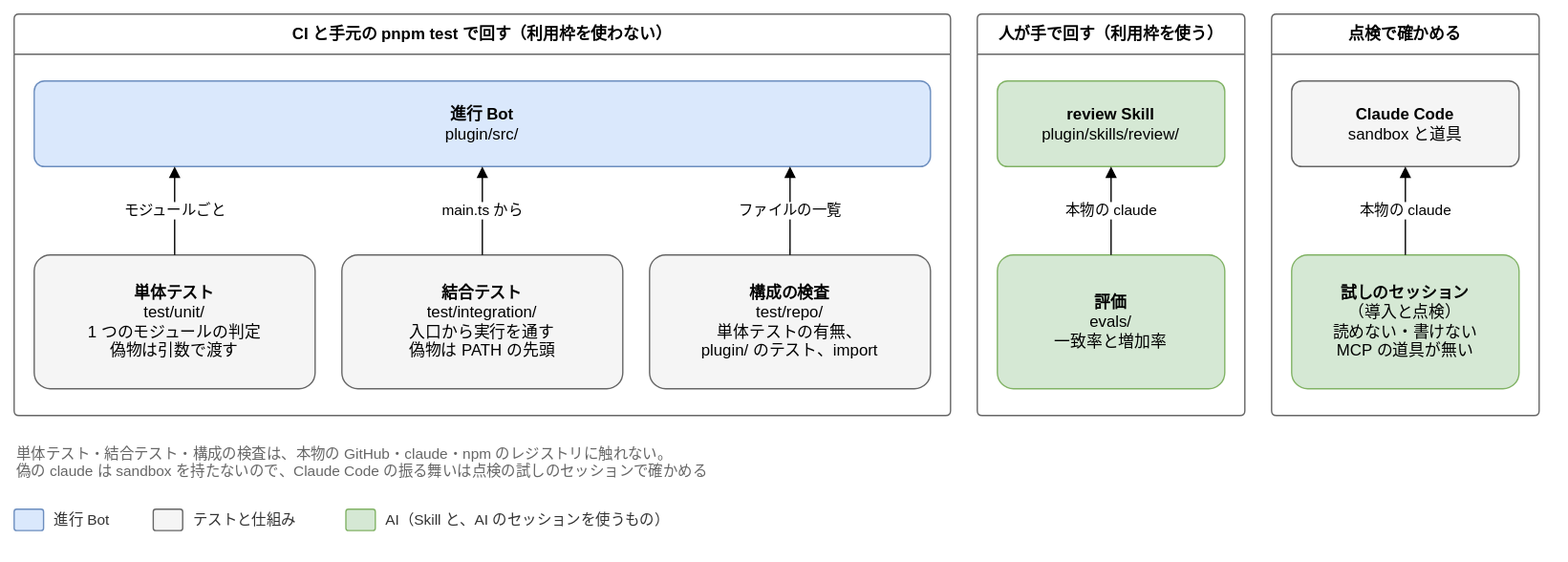
Earlier version of the draw.io export docs/design/basic/diagrams/05-test-kinds.drawio.svg (Joymerrevent/dev-autopilot). Source tidied: cells renumbered, new cells last; positions are measured from the earlier drawing's top-left corner, leaving out a move shared by most shapes. Its diagram source:
```xml
<mxGraphModel background="#ffffff">
  <root>
    <mxCell id="0" />
    <mxCell id="1" parent="0" />
    <mxCell id="2" value="CI と手元の pnpm test で回す（利用枠を使わない）" style="swimlane;startSize=30;html=1;whiteSpace=wrap;rounded=1;arcSize=4;fontStyle=1;fontSize=12;strokeColor=#666666;fillColor=none;swimlaneFillColor=none;" parent="1" vertex="1">
      <mxGeometry width="700" height="300" as="geometry" />
    </mxCell>
    <mxCell id="3" value="人が手で回す（利用枠を使う）" style="swimlane;startSize=30;html=1;whiteSpace=wrap;rounded=1;arcSize=4;fontStyle=1;fontSize=12;strokeColor=#666666;fillColor=none;swimlaneFillColor=none;" parent="1" vertex="1">
      <mxGeometry x="720" width="200" height="300" as="geometry" />
    </mxCell>
    <mxCell id="4" value="点検で確かめる" style="swimlane;startSize=30;html=1;whiteSpace=wrap;rounded=1;arcSize=4;fontStyle=1;fontSize=12;strokeColor=#666666;fillColor=none;swimlaneFillColor=none;" parent="1" vertex="1">
      <mxGeometry x="940" width="200" height="300" as="geometry" />
    </mxCell>
    <mxCell id="5" value="&lt;b&gt;進行 Bot&lt;/b&gt;&lt;br&gt;plugin/src/" style="rounded=1;whiteSpace=wrap;html=1;fontSize=12;arcSize=12;spacing=12;fillColor=#dae8fc;strokeColor=#6c8ebf;" parent="1" vertex="1">
      <mxGeometry x="15" y="50" width="670" height="64" as="geometry" />
    </mxCell>
    <mxCell id="6" value="&lt;b&gt;review Skill&lt;/b&gt;&lt;br&gt;plugin/skills/review/" style="rounded=1;whiteSpace=wrap;html=1;fontSize=12;arcSize=12;spacing=12;fillColor=#d5e8d4;strokeColor=#82b366;" parent="1" vertex="1">
      <mxGeometry x="735" y="50" width="170" height="64" as="geometry" />
    </mxCell>
    <mxCell id="7" value="&lt;b&gt;Claude Code&lt;/b&gt;&lt;br&gt;sandbox と道具" style="rounded=1;whiteSpace=wrap;html=1;fontSize=12;arcSize=12;spacing=12;fillColor=#f5f5f5;strokeColor=#666666;" parent="1" vertex="1">
      <mxGeometry x="955" y="50" width="170" height="64" as="geometry" />
    </mxCell>
    <mxCell id="8" value="&lt;b&gt;単体テスト&lt;/b&gt;&lt;br&gt;test/unit/&lt;br&gt;1 つのモジュールの判定&lt;br&gt;偽物は引数で渡す" style="rounded=1;whiteSpace=wrap;html=1;fontSize=12;arcSize=12;spacing=12;fillColor=#f5f5f5;strokeColor=#666666;" parent="1" vertex="1">
      <mxGeometry x="15" y="180" width="210" height="100" as="geometry" />
    </mxCell>
    <mxCell id="9" value="&lt;b&gt;結合テスト&lt;/b&gt;&lt;br&gt;test/integration/&lt;br&gt;入口から実行を通す&lt;br&gt;偽物は PATH の先頭" style="rounded=1;whiteSpace=wrap;html=1;fontSize=12;arcSize=12;spacing=12;fillColor=#f5f5f5;strokeColor=#666666;" parent="1" vertex="1">
      <mxGeometry x="245" y="180" width="210" height="100" as="geometry" />
    </mxCell>
    <mxCell id="10" value="&lt;b&gt;構成の検査&lt;/b&gt;&lt;br&gt;test/repo/&lt;br&gt;単体テストの有無、&lt;br&gt;plugin/ のテスト、import" style="rounded=1;whiteSpace=wrap;html=1;fontSize=12;arcSize=12;spacing=12;fillColor=#f5f5f5;strokeColor=#666666;" parent="1" vertex="1">
      <mxGeometry x="475" y="180" width="210" height="100" as="geometry" />
    </mxCell>
    <mxCell id="11" value="&lt;b&gt;評価&lt;/b&gt;&lt;br&gt;evals/&lt;br&gt;一致率と増加率" style="rounded=1;whiteSpace=wrap;html=1;fontSize=12;arcSize=12;spacing=12;fillColor=#d5e8d4;strokeColor=#82b366;" parent="1" vertex="1">
      <mxGeometry x="735" y="180" width="170" height="100" as="geometry" />
    </mxCell>
    <mxCell id="12" value="&lt;b&gt;試しのセッション&lt;/b&gt;&lt;br&gt;（導入と点検）&lt;br&gt;読めない・書けない&lt;br&gt;MCP の道具が無い" style="rounded=1;whiteSpace=wrap;html=1;fontSize=12;arcSize=12;spacing=12;fillColor=#d5e8d4;strokeColor=#82b366;" parent="1" vertex="1">
      <mxGeometry x="955" y="180" width="170" height="100" as="geometry" />
    </mxCell>
    <mxCell id="13" value="モジュールごと" style="edgeStyle=orthogonalEdgeStyle;rounded=1;html=1;endArrow=block;endFill=1;fontSize=11;labelBackgroundColor=#ffffff;exitX=0.5;exitY=0;exitDx=0;exitDy=0;entryX=0.1567;entryY=1;entryDx=0;entryDy=0;" parent="1" edge="1" source="8" target="5">
      <mxGeometry relative="1" as="geometry" />
    </mxCell>
    <mxCell id="14" value="main.ts から" style="edgeStyle=orthogonalEdgeStyle;rounded=1;html=1;endArrow=block;endFill=1;fontSize=11;labelBackgroundColor=#ffffff;exitX=0.5;exitY=0;exitDx=0;exitDy=0;entryX=0.5;entryY=1;entryDx=0;entryDy=0;" parent="1" edge="1" source="9" target="5">
      <mxGeometry relative="1" as="geometry" />
    </mxCell>
    <mxCell id="15" value="ファイルの一覧" style="edgeStyle=orthogonalEdgeStyle;rounded=1;html=1;endArrow=block;endFill=1;fontSize=11;labelBackgroundColor=#ffffff;exitX=0.5;exitY=0;exitDx=0;exitDy=0;entryX=0.8433;entryY=1;entryDx=0;entryDy=0;" parent="1" edge="1" source="10" target="5">
      <mxGeometry relative="1" as="geometry" />
    </mxCell>
    <mxCell id="16" value="本物の claude" style="edgeStyle=orthogonalEdgeStyle;rounded=1;html=1;endArrow=block;endFill=1;fontSize=11;labelBackgroundColor=#ffffff;exitX=0.5;exitY=0;exitDx=0;exitDy=0;entryX=0.5;entryY=1;entryDx=0;entryDy=0;" parent="1" edge="1" source="11" target="6">
      <mxGeometry relative="1" as="geometry" />
    </mxCell>
    <mxCell id="17" value="本物の claude" style="edgeStyle=orthogonalEdgeStyle;rounded=1;html=1;endArrow=block;endFill=1;fontSize=11;labelBackgroundColor=#ffffff;exitX=0.5;exitY=0;exitDx=0;exitDy=0;entryX=0.5;entryY=1;entryDx=0;entryDy=0;" parent="1" edge="1" source="12" target="7">
      <mxGeometry relative="1" as="geometry" />
    </mxCell>
    <mxCell id="18" value="単体テスト・結合テスト・構成の検査は、本物の GitHub・claude・npm のレジストリに触れない。&lt;br&gt;偽の claude は sandbox を持たないので、Claude Code の振る舞いは点検の試しのセッションで確かめる" style="text;html=1;whiteSpace=wrap;align=left;verticalAlign=top;fontSize=11;fontColor=#666666;" parent="1" vertex="1">
      <mxGeometry y="316" width="1140" height="36" as="geometry" />
    </mxCell>
    <mxCell id="19" style="rounded=1;whiteSpace=wrap;html=1;fontSize=12;arcSize=12;spacing=12;fillColor=#dae8fc;strokeColor=#6c8ebf;" parent="1" vertex="1">
      <mxGeometry y="370" width="22" height="16" as="geometry" />
    </mxCell>
    <mxCell id="20" value="進行 Bot" style="text;html=1;align=left;verticalAlign=middle;fontSize=11;fontColor=#333333;" parent="1" vertex="1">
      <mxGeometry x="28" y="368" width="60" height="20" as="geometry" />
    </mxCell>
    <mxCell id="21" style="rounded=1;whiteSpace=wrap;html=1;fontSize=12;arcSize=12;spacing=12;fillColor=#f5f5f5;strokeColor=#666666;" parent="1" vertex="1">
      <mxGeometry x="104" y="370" width="22" height="16" as="geometry" />
    </mxCell>
    <mxCell id="22" value="テストと仕組み" style="text;html=1;align=left;verticalAlign=middle;fontSize=11;fontColor=#333333;" parent="1" vertex="1">
      <mxGeometry x="132" y="368" width="100" height="20" as="geometry" />
    </mxCell>
    <mxCell id="23" style="rounded=1;whiteSpace=wrap;html=1;fontSize=12;arcSize=12;spacing=12;fillColor=#d5e8d4;strokeColor=#82b366;" parent="1" vertex="1">
      <mxGeometry x="248" y="370" width="22" height="16" as="geometry" />
    </mxCell>
    <mxCell id="24" value="AI（Skill と、AI のセッションを使うもの）" style="text;html=1;align=left;verticalAlign=middle;fontSize=11;fontColor=#333333;" parent="1" vertex="1">
      <mxGeometry x="276" y="368" width="270" height="20" as="geometry" />
    </mxCell>
  </root>
</mxGraphModel>
```
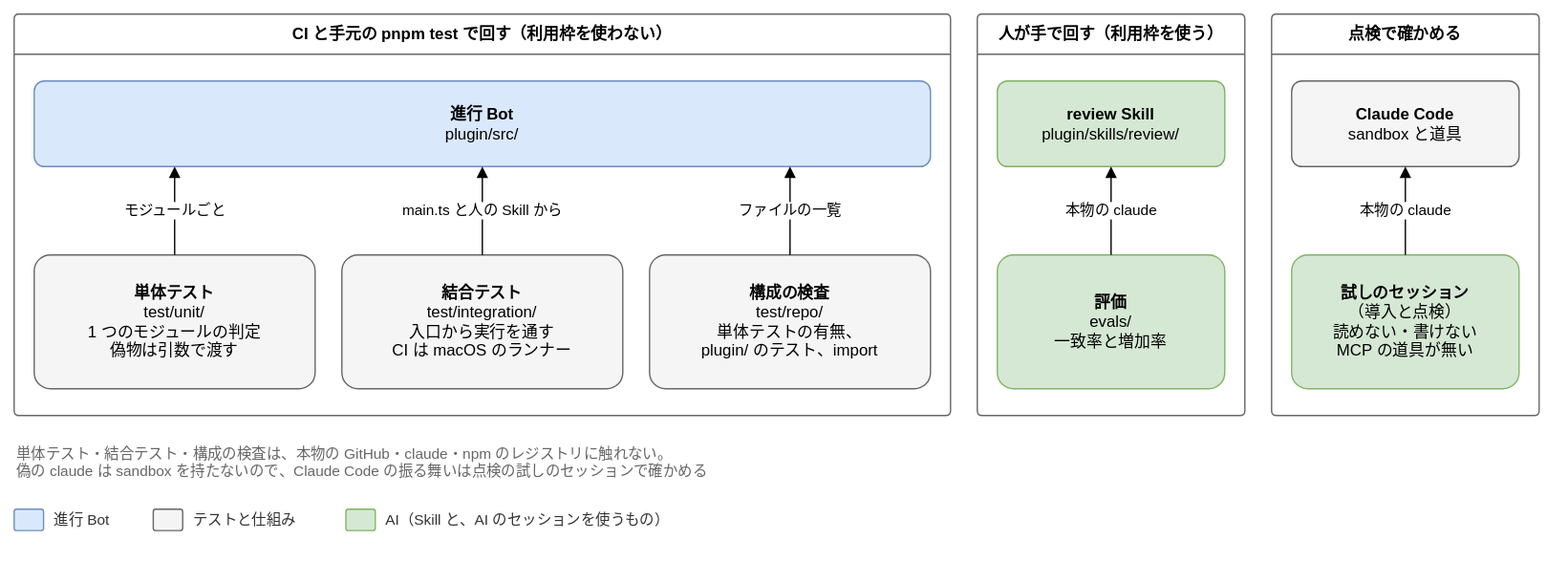
After the change.

Commit message:
docs: 直した表に合わせて、テストの図を直す

Claude-Session: https://claude.ai/code/session_01X8Kd2Wb1TrYub8Ee3W1tDX

Diff of the diagram source:
```diff
@@ -23,7 +23,7 @@
     <mxCell id="8" value="&lt;b&gt;単体テスト&lt;/b&gt;&lt;br&gt;test/unit/&lt;br&gt;1 つのモジュールの判定&lt;br&gt;偽物は引数で渡す" style="rounded=1;whiteSpace=wrap;html=1;fontSize=12;arcSize=12;spacing=12;fillColor=#f5f5f5;strokeColor=#666666;" parent="1" vertex="1">
       <mxGeometry x="15" y="180" width="210" height="100" as="geometry" />
     </mxCell>
-    <mxCell id="9" value="&lt;b&gt;結合テスト&lt;/b&gt;&lt;br&gt;test/integration/&lt;br&gt;入口から実行を通す&lt;br&gt;偽物は PATH の先頭" style="rounded=1;whiteSpace=wrap;html=1;fontSize=12;arcSize=12;spacing=12;fillColor=#f5f5f5;strokeColor=#666666;" parent="1" vertex="1">
+    <mxCell id="9" value="&lt;b&gt;結合テスト&lt;/b&gt;&lt;br&gt;test/integration/&lt;br&gt;入口から実行を通す&lt;br&gt;CI は macOS のランナー" style="rounded=1;whiteSpace=wrap;html=1;fontSize=12;arcSize=12;spacing=12;fillColor=#f5f5f5;strokeColor=#666666;" parent="1" vertex="1">
       <mxGeometry x="245" y="180" width="210" height="100" as="geometry" />
     </mxCell>
     <mxCell id="10" value="&lt;b&gt;構成の検査&lt;/b&gt;&lt;br&gt;test/repo/&lt;br&gt;単体テストの有無、&lt;br&gt;plugin/ のテスト、import" style="rounded=1;whiteSpace=wrap;html=1;fontSize=12;arcSize=12;spacing=12;fillColor=#f5f5f5;strokeColor=#666666;" parent="1" vertex="1">
@@ -38,7 +38,7 @@
     <mxCell id="13" value="モジュールごと" style="edgeStyle=orthogonalEdgeStyle;rounded=1;html=1;endArrow=block;endFill=1;fontSize=11;labelBackgroundColor=#ffffff;exitX=0.5;exitY=0;exitDx=0;exitDy=0;entryX=0.1567;entryY=1;entryDx=0;entryDy=0;" parent="1" edge="1" source="8" target="5">
       <mxGeometry relative="1" as="geometry" />
     </mxCell>
-    <mxCell id="14" value="main.ts から" style="edgeStyle=orthogonalEdgeStyle;rounded=1;html=1;endArrow=block;endFill=1;fontSize=11;labelBackgroundColor=#ffffff;exitX=0.5;exitY=0;exitDx=0;exitDy=0;entryX=0.5;entryY=1;entryDx=0;entryDy=0;" parent="1" edge="1" source="9" target="5">
+    <mxCell id="14" value="main.ts と人の Skill から" style="edgeStyle=orthogonalEdgeStyle;rounded=1;html=1;endArrow=block;endFill=1;fontSize=11;labelBackgroundColor=#ffffff;exitX=0.5;exitY=0;exitDx=0;exitDy=0;entryX=0.5;entryY=1;entryDx=0;entryDy=0;" parent="1" edge="1" source="9" target="5">
       <mxGeometry relative="1" as="geometry" />
     </mxCell>
     <mxCell id="15" value="ファイルの一覧" style="edgeStyle=orthogonalEdgeStyle;rounded=1;html=1;endArrow=block;endFill=1;fontSize=11;labelBackgroundColor=#ffffff;exitX=0.5;exitY=0;exitDx=0;exitDy=0;entryX=0.8433;entryY=1;entryDx=0;entryDy=0;" parent="1" edge="1" source="10" target="5">
```
